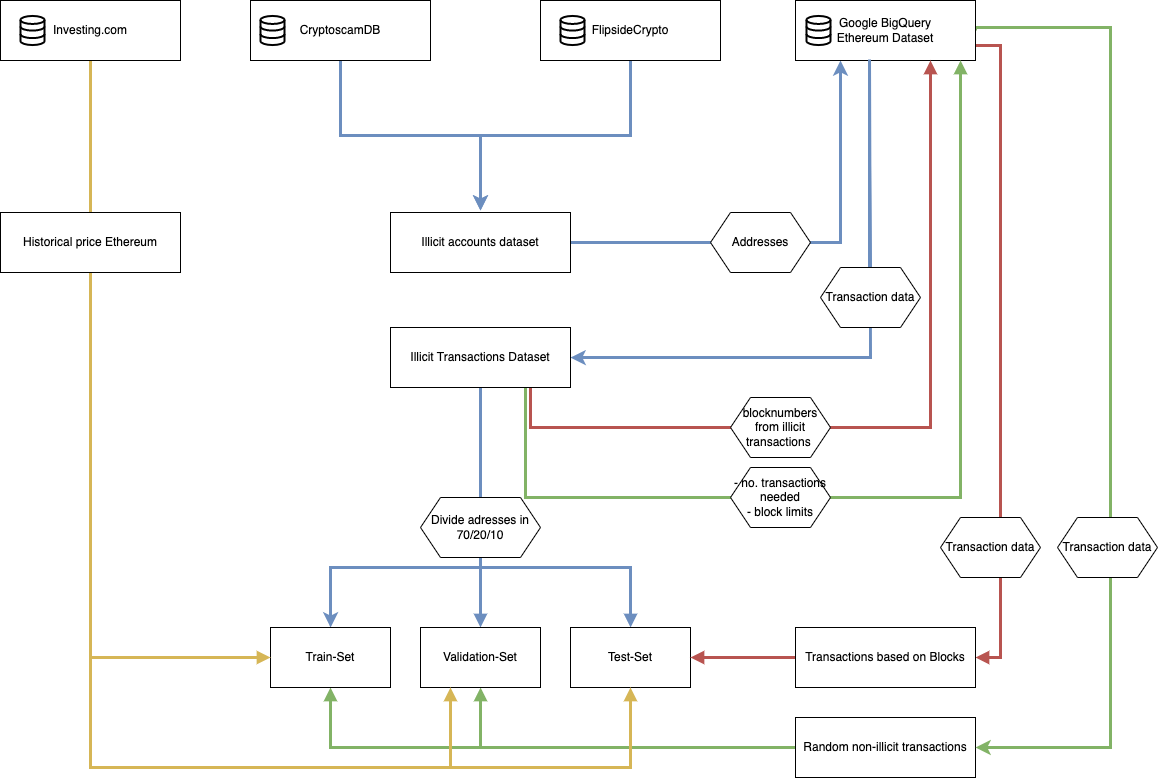
Earlier version of the draw.io export Untitled Diagram.drawio.png (erreep/ethereumillicitdetection). Source tidied: cells renumbered, new cells last; positions are measured from the earlier drawing's top-left corner, leaving out a move shared by most shapes.
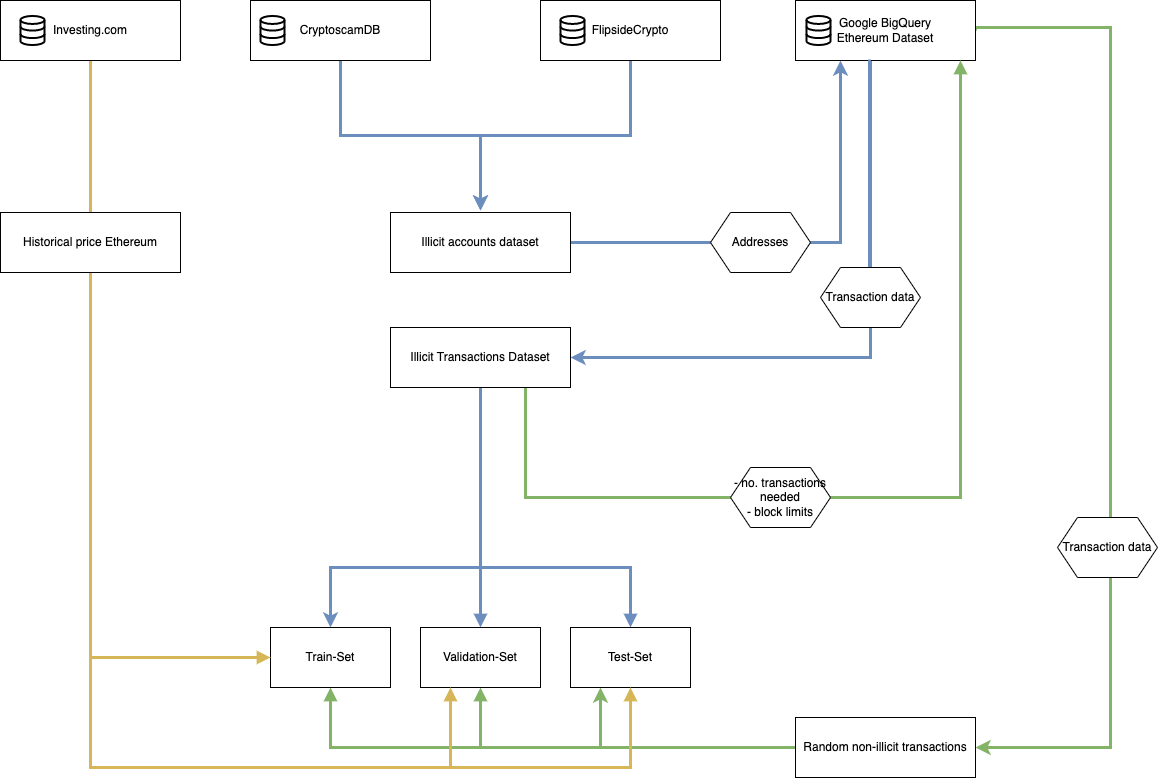
The same diagram one commit later.

The edit, as a diff of the source:
```diff
@@ -47,6 +47,9 @@
     <mxCell id="11" style="edgeStyle=orthogonalEdgeStyle;rounded=0;jettySize=auto;html=1;exitX=0;exitY=0.5;exitDx=0;exitDy=0;entryX=0.5;entryY=1;entryDx=0;entryDy=0;strokeWidth=3;endArrow=block;endFill=1;fillColor=#d5e8d4;strokeColor=#82b366;" parent="1" edge="1" source="12" target="29">
       <mxGeometry relative="1" as="geometry" />
     </mxCell>
+    <mxCell id="45" style="edgeStyle=orthogonalEdgeStyle;rounded=0;jettySize=auto;html=1;entryX=0.25;entryY=1;entryDx=0;entryDy=0;fillColor=#d5e8d4;strokeColor=#82b366;strokeWidth=3;" parent="1" edge="1" source="12" target="30">
+      <mxGeometry relative="1" as="geometry" />
+    </mxCell>
     <mxCell id="12" value="Random non-illicit transactions" style="rounded=0;whiteSpace=wrap;html=1;" parent="1" vertex="1">
       <mxGeometry x="795" y="717" width="180" height="60" as="geometry" />
     </mxCell>
@@ -74,14 +77,6 @@
         </Array>
       </mxGeometry>
     </mxCell>
-    <mxCell id="17" style="edgeStyle=orthogonalEdgeStyle;rounded=0;jettySize=auto;html=1;exitX=1;exitY=0.75;exitDx=0;exitDy=0;entryX=1;entryY=0.5;entryDx=0;entryDy=0;strokeWidth=3;endArrow=block;endFill=1;fillColor=#f8cecc;strokeColor=#b85450;" parent="1" edge="1" source="18" target="33">
-      <mxGeometry relative="1" as="geometry">
-        <Array as="points">
-          <mxPoint x="1000" y="45" />
-          <mxPoint x="1000" y="657" />
-        </Array>
-      </mxGeometry>
-    </mxCell>
     <mxCell id="18" value="Google BigQuery&lt;br&gt;Ethereum Dataset" style="rounded=0;whiteSpace=wrap;html=1;" parent="1" vertex="1">
       <mxGeometry x="795" width="180" height="60" as="geometry" />
     </mxCell>
@@ -107,15 +102,6 @@
         </Array>
       </mxGeometry>
     </mxCell>
-    <mxCell id="23" style="edgeStyle=orthogonalEdgeStyle;rounded=0;jettySize=auto;html=1;entryX=0.75;entryY=1;entryDx=0;entryDy=0;strokeWidth=3;endArrow=block;endFill=1;fillColor=#f8cecc;strokeColor=#b85450;" parent="1" edge="1" target="18">
-      <mxGeometry relative="1" as="geometry">
-        <mxPoint x="530" y="387" as="sourcePoint" />
-        <Array as="points">
-          <mxPoint x="530" y="427" />
-          <mxPoint x="930" y="427" />
-        </Array>
-      </mxGeometry>
-    </mxCell>
     <mxCell id="24" value="Illicit Transactions Dataset" style="rounded=0;whiteSpace=wrap;html=1;strokeColor=#000000;" parent="1" vertex="1">
       <mxGeometry x="390" y="327" width="180" height="60" as="geometry" />
     </mxCell>
@@ -140,31 +126,12 @@
     <mxCell id="31" value="Validation-Set" style="rounded=0;whiteSpace=wrap;html=1;" parent="28" vertex="1">
       <mxGeometry x="150" width="120" height="60" as="geometry" />
     </mxCell>
-    <mxCell id="32" style="edgeStyle=orthogonalEdgeStyle;rounded=0;jettySize=auto;html=1;exitX=0;exitY=0.5;exitDx=0;exitDy=0;entryX=1;entryY=0.5;entryDx=0;entryDy=0;endArrow=block;endFill=1;fillColor=#f8cecc;strokeColor=#b85450;strokeWidth=3;" parent="1" edge="1" source="33" target="30">
-      <mxGeometry relative="1" as="geometry">
-        <Array as="points">
-          <mxPoint x="840" y="657" />
-        </Array>
-      </mxGeometry>
-    </mxCell>
-    <mxCell id="33" value="Transactions based on Blocks" style="rounded=0;whiteSpace=wrap;html=1;" parent="1" vertex="1">
-      <mxGeometry x="795" y="627" width="180" height="60" as="geometry" />
-    </mxCell>
-    <mxCell id="34" value="Transaction data" style="shape=hexagon;perimeter=hexagonPerimeter2;whiteSpace=wrap;html=1;fixedSize=1;strokeColor=#000000;" parent="1" vertex="1">
-      <mxGeometry x="940" y="517" width="100" height="60" as="geometry" />
-    </mxCell>
     <mxCell id="35" style="edgeStyle=orthogonalEdgeStyle;rounded=0;jettySize=auto;html=1;fillColor=#dae8fc;strokeColor=#6c8ebf;strokeWidth=3;exitX=0.411;exitY=0.983;exitDx=0;exitDy=0;exitPerimeter=0;endArrow=none;" parent="1" edge="1" source="18" target="36">
       <mxGeometry relative="1" as="geometry" />
     </mxCell>
     <mxCell id="36" value="Transaction data" style="shape=hexagon;perimeter=hexagonPerimeter2;whiteSpace=wrap;html=1;fixedSize=1;strokeColor=#000000;" parent="1" vertex="1">
       <mxGeometry x="820" y="267" width="100" height="60" as="geometry" />
     </mxCell>
-    <mxCell id="37" value="blocknumbers from illicit transactions&amp;nbsp;" style="shape=hexagon;perimeter=hexagonPerimeter2;whiteSpace=wrap;html=1;fixedSize=1;strokeColor=#000000;" parent="1" vertex="1">
-      <mxGeometry x="730" y="397" width="100" height="60" as="geometry" />
-    </mxCell>
-    <mxCell id="38" value="Divide adresses in 70/20/10" style="shape=hexagon;perimeter=hexagonPerimeter2;whiteSpace=wrap;html=1;fixedSize=1;strokeColor=#000000;" parent="1" vertex="1">
-      <mxGeometry x="420" y="497" width="120" height="60" as="geometry" />
-    </mxCell>
     <mxCell id="39" style="edgeStyle=orthogonalEdgeStyle;rounded=0;jettySize=auto;html=1;exitX=0.5;exitY=1;exitDx=0;exitDy=0;entryX=0;entryY=0.5;entryDx=0;entryDy=0;strokeWidth=3;endArrow=block;endFill=1;fillColor=#fff2cc;strokeColor=#d6b656;" parent="1" edge="1" source="42" target="29">
       <mxGeometry relative="1" as="geometry" />
     </mxCell>
```
